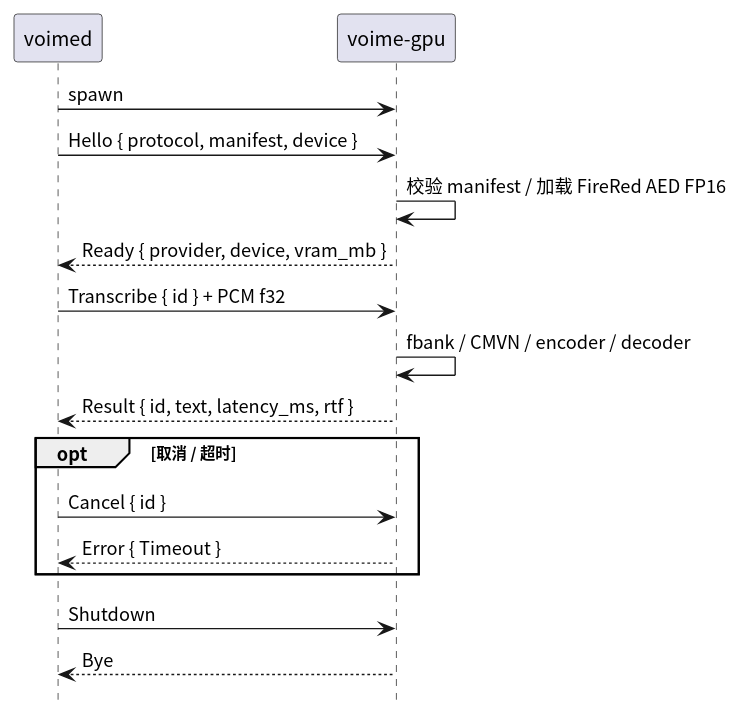
54m43lJ/voime keeps this PlantUML diagram as crates/voime-gpu/diagram/protocol.svg. Above is the earlier version.
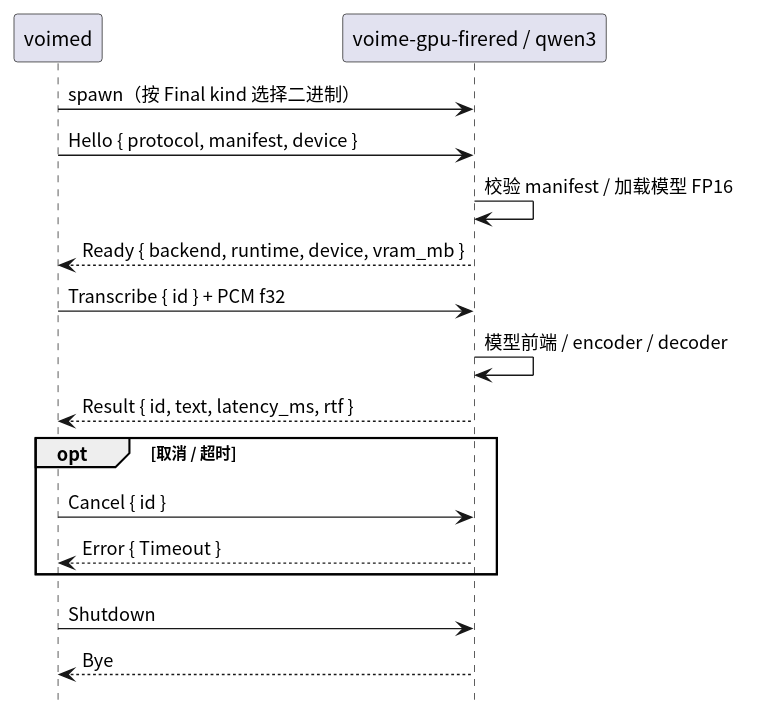
After the change.

Change to the diagram source:
```diff
@@ -4,15 +4,15 @@
 hide footbox
 
 participant "voimed" as Daemon
-participant "voime-gpu" as Worker
+participant "voime-gpu-firered / qwen3" as Worker
 
-Daemon -> Worker : spawn
+Daemon -> Worker : spawn（按 Final kind 选择二进制）
 Daemon -> Worker : Hello { protocol, manifest, device }
-Worker -> Worker : 校验 manifest / 加载 FireRed AED FP16
-Worker --> Daemon : Ready { provider, device, vram_mb }
+Worker -> Worker : 校验 manifest / 加载模型 FP16
+Worker --> Daemon : Ready { backend, runtime, device, vram_mb }
 
 Daemon -> Worker : Transcribe { id } + PCM f32
-Worker -> Worker : fbank / CMVN / encoder / decoder
+Worker -> Worker : 模型前端 / encoder / decoder
 Worker --> Daemon : Result { id, text, latency_ms, rtf }
 
 opt 取消 / 超时
```
